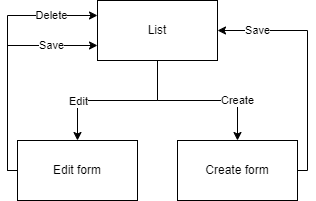
The draw.io diagram .gitbook/assets/crud_flow.drawio.png in Bernardo-MG/development-docs-architecture, before a commit. Source tidied: cells renumbered, new cells last; positions are measured from the earlier drawing's top-left corner, leaving out a move shared by most shapes.
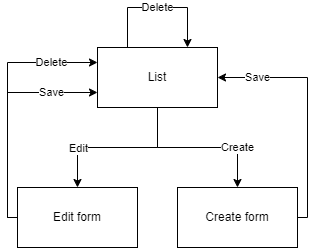
After the change.

The edit, as a diff of the source:
```diff
@@ -56,5 +56,13 @@
         </Array>
       </mxGeometry>
     </mxCell>
+    <mxCell id="11" value="Delete" style="endArrow=classic;html=1;rounded=0;exitX=0.25;exitY=0;exitDx=0;exitDy=0;entryX=0.75;entryY=0;entryDx=0;entryDy=0;" parent="1" edge="1" source="2" target="2">
+      <mxGeometry relative="1" as="geometry">
+        <Array as="points">
+          <mxPoint x="130" y="-40" />
+          <mxPoint x="190" y="-40" />
+        </Array>
+      </mxGeometry>
+    </mxCell>
   </root>
 </mxGraphModel>
```
